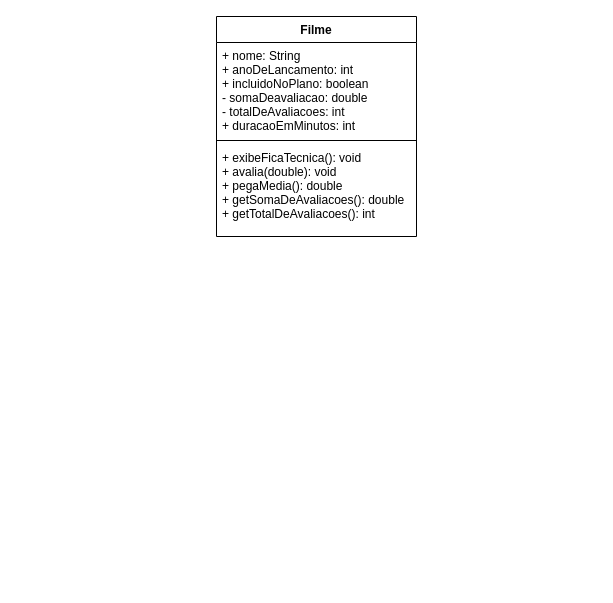
machadoah/formacao-oo-alura keeps this draw.io diagram as Curso 2 - Orientacao a Objetos/src/projeto.drawio. Above is the earlier version. Source tidied: cells renumbered, new cells numbered last; positions are measured from the earlier drawing's top-left corner, leaving out a move shared by most shapes. Both pictures are drawn from the tidied source at 100%, with x=0, y=0 at pixel (216, 16).
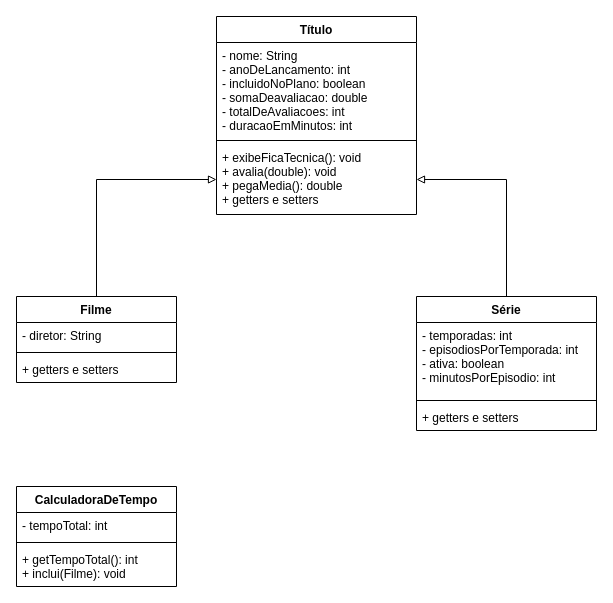
The same page after the edit.

Change to the diagram source:
```diff
@@
 <mxGraphModel>
   <root>
     <mxCell id="0" />
     <mxCell id="1" parent="0" />
-    <mxCell id="2" value="Filme" style="swimlane;fontStyle=1;align=center;verticalAlign=top;horizontal=1;startSize=26;" parent="1" vertex="1">
-      <mxGeometry width="200" height="220" as="geometry" />
+    <mxCell id="2" value="Título" style="swimlane;fontStyle=1;align=center;verticalAlign=top;horizontal=1;startSize=26;" parent="1" vertex="1">
+      <mxGeometry width="200" height="198" as="geometry" />
     </mxCell>
-    <mxCell id="3" value="+ nome: String&#10;+ anoDeLancamento: int&#10;+ incluidoNoPlano: boolean&#10;- somaDeavaliacao: double&#10;- totalDeAvaliacoes: int&#10;+ duracaoEmMinutos: int" style="text;strokeColor=none;fillColor=none;align=left;verticalAlign=top;spacingLeft=4;spacingRight=4;overflow=hidden;" parent="2" vertex="1">
+    <mxCell id="3" value="- nome: String&#10;- anoDeLancamento: int&#10;- incluidoNoPlano: boolean&#10;- somaDeavaliacao: double&#10;- totalDeAvaliacoes: int&#10;- duracaoEmMinutos: int" style="text;strokeColor=none;fillColor=none;align=left;verticalAlign=top;spacingLeft=4;spacingRight=4;overflow=hidden;" parent="2" vertex="1">
       <mxGeometry y="26" width="200" height="94" as="geometry" />
     </mxCell>
     <mxCell id="4" style="line;strokeWidth=1;fillColor=none;align=left;verticalAlign=middle;spacingTop=-1;spacingLeft=3;spacingRight=3;labelPosition=right;strokeColor=inherit;" parent="2" vertex="1">
       <mxGeometry y="120" width="200" height="8" as="geometry" />
     </mxCell>
-    <mxCell id="5" value="+ exibeFicaTecnica(): void&#10;+ avalia(double): void&#10;+ pegaMedia(): double&#10;+ getSomaDeAvaliacoes(): double&#10;+ getTotalDeAvaliacoes(): int" style="text;strokeColor=none;fillColor=none;align=left;verticalAlign=top;spacingLeft=4;spacingRight=4;overflow=hidden;points=[[0,0.5],[1,0.5]];portConstraint=eastwest;" parent="2" vertex="1">
-      <mxGeometry y="128" width="200" height="92" as="geometry" />
+    <mxCell id="5" value="+ exibeFicaTecnica(): void&#10;+ avalia(double): void&#10;+ pegaMedia(): double&#10;+ getters e setters&#10;" style="text;strokeColor=none;fillColor=none;align=left;verticalAlign=top;spacingLeft=4;spacingRight=4;overflow=hidden;points=[[0,0.5],[1,0.5]];portConstraint=eastwest;" parent="2" vertex="1">
+      <mxGeometry y="128" width="200" height="70" as="geometry" />
     </mxCell>
+    <mxCell id="6" style="edgeStyle=orthogonalEdgeStyle;rounded=0;jettySize=auto;html=1;entryX=0;entryY=0.5;entryDx=0;entryDy=0;endArrow=block;endFill=0;" parent="1" edge="1" source="7" target="5">
+      <mxGeometry relative="1" as="geometry" />
+    </mxCell>
+    <mxCell id="7" value="Filme" style="swimlane;fontStyle=1;align=center;verticalAlign=top;horizontal=1;startSize=26;" parent="1" vertex="1">
+      <mxGeometry x="-200" y="280" width="160" height="86" as="geometry" />
+    </mxCell>
+    <mxCell id="8" value="- diretor: String" style="text;strokeColor=none;fillColor=none;align=left;verticalAlign=top;spacingLeft=4;spacingRight=4;overflow=hidden;" parent="7" vertex="1">
+      <mxGeometry y="26" width="160" height="26" as="geometry" />
+    </mxCell>
+    <mxCell id="9" style="line;strokeWidth=1;fillColor=none;align=left;verticalAlign=middle;spacingTop=-1;spacingLeft=3;spacingRight=3;labelPosition=right;strokeColor=inherit;" parent="7" vertex="1">
+      <mxGeometry y="52" width="160" height="8" as="geometry" />
+    </mxCell>
+    <mxCell id="10" value="+ getters e setters" style="text;strokeColor=none;fillColor=none;align=left;verticalAlign=top;spacingLeft=4;spacingRight=4;overflow=hidden;" parent="7" vertex="1">
+      <mxGeometry y="60" width="160" height="26" as="geometry" />
+    </mxCell>
+    <mxCell id="11" style="edgeStyle=orthogonalEdgeStyle;rounded=0;jettySize=auto;html=1;entryX=1;entryY=0.5;entryDx=0;entryDy=0;endArrow=block;endFill=0;" parent="1" edge="1" source="12" target="5">
+      <mxGeometry relative="1" as="geometry" />
+    </mxCell>
+    <mxCell id="12" value="Série" style="swimlane;fontStyle=1;align=center;verticalAlign=top;horizontal=1;startSize=26;" parent="1" vertex="1">
+      <mxGeometry x="200" y="280" width="180" height="134" as="geometry" />
+    </mxCell>
+    <mxCell id="13" value="- temporadas: int&#10;- episodiosPorTemporada: int&#10;- ativa: boolean&#10;- minutosPorEpisodio: int" style="text;strokeColor=none;fillColor=none;align=left;verticalAlign=top;spacingLeft=4;spacingRight=4;overflow=hidden;" parent="12" vertex="1">
+      <mxGeometry y="26" width="180" height="74" as="geometry" />
+    </mxCell>
+    <mxCell id="14" style="line;strokeWidth=1;fillColor=none;align=left;verticalAlign=middle;spacingTop=-1;spacingLeft=3;spacingRight=3;labelPosition=right;strokeColor=inherit;" parent="12" vertex="1">
+      <mxGeometry y="100" width="180" height="8" as="geometry" />
+    </mxCell>
+    <mxCell id="15" value="+ getters e setters&#10;" style="text;strokeColor=none;fillColor=none;align=left;verticalAlign=top;spacingLeft=4;spacingRight=4;overflow=hidden;" parent="12" vertex="1">
+      <mxGeometry y="108" width="180" height="26" as="geometry" />
+    </mxCell>
+    <mxCell id="16" value="CalculadoraDeTempo" style="swimlane;fontStyle=1;align=center;verticalAlign=top;horizontal=1;startSize=26;" parent="1" vertex="1">
+      <mxGeometry x="-200" y="470" width="160" height="100" as="geometry" />
+    </mxCell>
+    <mxCell id="17" value="- tempoTotal: int" style="text;strokeColor=none;fillColor=none;align=left;verticalAlign=top;spacingLeft=4;spacingRight=4;overflow=hidden;" parent="16" vertex="1">
+      <mxGeometry y="26" width="160" height="26" as="geometry" />
+    </mxCell>
+    <mxCell id="18" style="line;strokeWidth=1;fillColor=none;align=left;verticalAlign=middle;spacingTop=-1;spacingLeft=3;spacingRight=3;labelPosition=right;strokeColor=inherit;" parent="16" vertex="1">
+      <mxGeometry y="52" width="160" height="8" as="geometry" />
+    </mxCell>
+    <mxCell id="19" value="+ getTempoTotal(): int&#10;+ inclui(Filme): void" style="text;strokeColor=none;fillColor=none;align=left;verticalAlign=top;spacingLeft=4;spacingRight=4;overflow=hidden;" parent="16" vertex="1">
+      <mxGeometry y="60" width="160" height="40" as="geometry" />
+    </mxCell>
   </root>
 </mxGraphModel>
```
